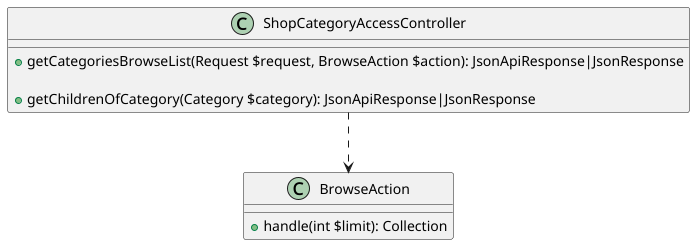
Above: docs/uml/modules/category/shop_categories_feature/shop_categories.png in BackLoveEnd/Expelliarmus-Market (PlantUML), before the change. The source it was exported from:
```plantuml
@startuml

class ShopCategoryAccessController {
    + getCategoriesBrowseList(Request $request, BrowseAction $action): JsonApiResponse|JsonResponse

    + getChildrenOfCategory(Category $category): JsonApiResponse|JsonResponse
}

class BrowseAction {
    + handle(int $limit): Collection
}

ShopCategoryAccessController ..> BrowseAction
@enduml
```
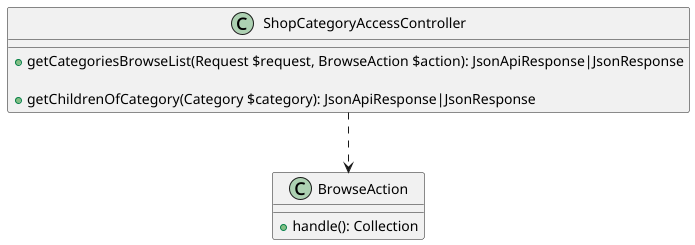
Later version of the same file.

The edit, as a diff of the source:
```diff
@@ -7,7 +7,7 @@
 }
 
 class BrowseAction {
-    + handle(int $limit): Collection
+    + handle(): Collection
 }
 
 ShopCategoryAccessController ..> BrowseAction
```
